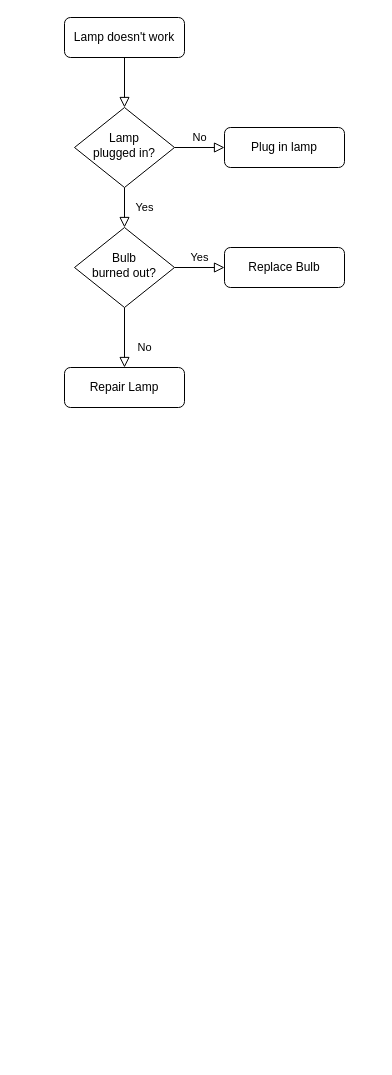
The draw.io diagram Untitled Diagram.drawio in dxdat1510/DemoThaoluan, before the edit. Source tidied: cells renumbered, new cells numbered last; positions are measured from the earlier drawing's top-left corner, leaving out a move shared by most shapes. Both pictures are drawn from the tidied source at 100%, with x=0, y=0 at pixel (64, 17).
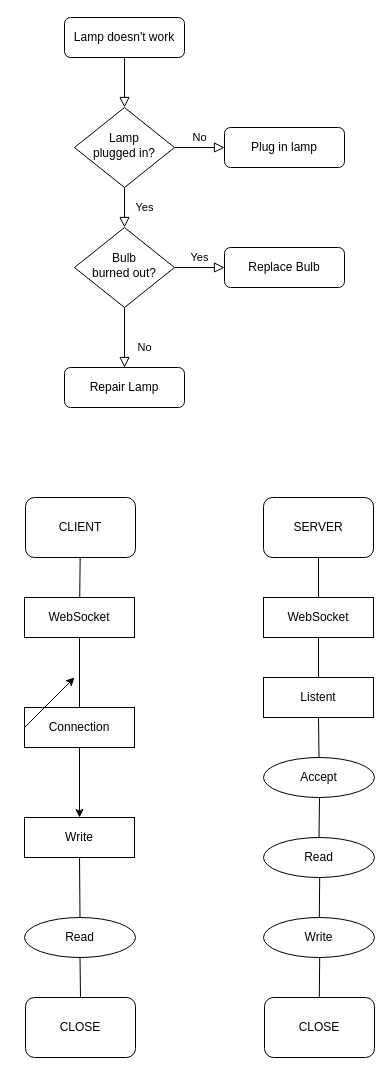
Above is the later version.

What changed in the source:
```diff
@@
+    <mxCell id="13" value="CLIENT" style="rounded=1;whiteSpace=wrap;html=1;" parent="1" vertex="1">
+      <mxGeometry x="-39" y="480" width="110" height="60" as="geometry" />
+    </mxCell>
+    <mxCell id="14" value="SERVER" style="rounded=1;whiteSpace=wrap;html=1;" parent="1" vertex="1">
+      <mxGeometry x="199" y="480" width="110" height="60" as="geometry" />
+    </mxCell>
+    <mxCell id="15" value="WebSocket" style="rounded=0;whiteSpace=wrap;html=1;" parent="1" vertex="1">
+      <mxGeometry x="-40" y="580" width="110" height="40" as="geometry" />
+    </mxCell>
+    <mxCell id="16" value="WebSocket" style="rounded=0;whiteSpace=wrap;html=1;" parent="1" vertex="1">
+      <mxGeometry x="199" y="580" width="110" height="40" as="geometry" />
+    </mxCell>
+    <mxCell id="17" value="Listent" style="rounded=0;whiteSpace=wrap;html=1;" parent="1" vertex="1">
+      <mxGeometry x="199" y="660" width="110" height="40" as="geometry" />
+    </mxCell>
+    <mxCell id="18" value="Connection" style="rounded=0;whiteSpace=wrap;html=1;" parent="1" vertex="1">
+      <mxGeometry x="-40" y="690" width="110" height="40" as="geometry" />
+    </mxCell>
+    <mxCell id="19" value="Accept" style="ellipse;whiteSpace=wrap;html=1;" parent="1" vertex="1">
+      <mxGeometry x="199" y="740" width="111" height="40" as="geometry" />
+    </mxCell>
+    <mxCell id="20" value="Write" style="rounded=0;whiteSpace=wrap;html=1;" parent="1" vertex="1">
+      <mxGeometry x="-40" y="800" width="110" height="40" as="geometry" />
+    </mxCell>
+    <mxCell id="21" value="Read" style="ellipse;whiteSpace=wrap;html=1;" parent="1" vertex="1">
+      <mxGeometry x="199" y="820" width="111" height="40" as="geometry" />
+    </mxCell>
+    <mxCell id="22" value="Write" style="ellipse;whiteSpace=wrap;html=1;" parent="1" vertex="1">
+      <mxGeometry x="199" y="900" width="111" height="40" as="geometry" />
+    </mxCell>
+    <mxCell id="23" value="Read" style="ellipse;whiteSpace=wrap;html=1;" parent="1" vertex="1">
+      <mxGeometry x="-40" y="900" width="111" height="40" as="geometry" />
+    </mxCell>
+    <mxCell id="24" value="CLOSE" style="rounded=1;whiteSpace=wrap;html=1;" parent="1" vertex="1">
+      <mxGeometry x="-39" y="980" width="110" height="60" as="geometry" />
+    </mxCell>
+    <mxCell id="25" value="CLOSE" style="rounded=1;whiteSpace=wrap;html=1;" parent="1" vertex="1">
+      <mxGeometry x="200" y="980" width="110" height="60" as="geometry" />
+    </mxCell>
+    <mxCell id="26" style="endArrow=none;html=1;" parent="1" edge="1" source="15" target="13">
+      <mxGeometry relative="1" as="geometry" />
+    </mxCell>
+    <mxCell id="27" style="endArrow=none;html=1;exitX=0.5;exitY=1;exitDx=0;exitDy=0;" parent="1" edge="1" source="15" target="18">
+      <mxGeometry relative="1" as="geometry" />
+    </mxCell>
+    <mxCell id="28" style="endArrow=classic;html=1;entryX=0.5;entryY=0;entryDx=0;entryDy=0;exitX=0.5;exitY=1;exitDx=0;exitDy=0;" parent="1" edge="1" source="18" target="20">
+      <mxGeometry relative="1" as="geometry" />
+    </mxCell>
+    <mxCell id="29" style="endArrow=none;html=1;entryX=0.5;entryY=1;entryDx=0;entryDy=0;exitX=0.5;exitY=0;exitDx=0;exitDy=0;" parent="1" edge="1" source="23" target="20">
+      <mxGeometry relative="1" as="geometry" />
+    </mxCell>
+    <mxCell id="30" style="endArrow=none;html=1;entryX=0.5;entryY=1;entryDx=0;entryDy=0;exitX=0.5;exitY=0;exitDx=0;exitDy=0;" parent="1" edge="1" source="24" target="23">
+      <mxGeometry relative="1" as="geometry" />
+    </mxCell>
+    <mxCell id="31" style="endArrow=none;html=1;entryX=0.5;entryY=1;entryDx=0;entryDy=0;exitX=0.5;exitY=0;exitDx=0;exitDy=0;" parent="1" edge="1" source="16" target="14">
+      <mxGeometry relative="1" as="geometry" />
+    </mxCell>
+    <mxCell id="32" style="endArrow=none;html=1;entryX=0.5;entryY=1;entryDx=0;entryDy=0;exitX=0.5;exitY=0;exitDx=0;exitDy=0;" parent="1" edge="1" source="17" target="16">
+      <mxGeometry relative="1" as="geometry" />
+    </mxCell>
+    <mxCell id="33" style="endArrow=none;html=1;entryX=0.5;entryY=1;entryDx=0;entryDy=0;exitX=0.5;exitY=0;exitDx=0;exitDy=0;" parent="1" edge="1" source="19" target="17">
+      <mxGeometry relative="1" as="geometry" />
+    </mxCell>
+    <mxCell id="34" style="endArrow=none;html=1;exitX=0.5;exitY=0;exitDx=0;exitDy=0;" parent="1" edge="1" source="21">
+      <mxGeometry relative="1" as="geometry">
+        <mxPoint x="255" y="780" as="targetPoint" />
+      </mxGeometry>
+    </mxCell>
+    <mxCell id="35" style="endArrow=none;html=1;exitX=0.5;exitY=0;exitDx=0;exitDy=0;" parent="1" edge="1">
+      <mxGeometry relative="1" as="geometry">
+        <mxPoint x="254.8" y="900" as="sourcePoint" />
+        <mxPoint x="255.2" y="860" as="targetPoint" />
+      </mxGeometry>
+    </mxCell>
+    <mxCell id="36" style="endArrow=none;html=1;exitX=0.5;exitY=0;exitDx=0;exitDy=0;" parent="1" edge="1">
+      <mxGeometry relative="1" as="geometry">
+        <mxPoint x="254.8" y="980" as="sourcePoint" />
+        <mxPoint x="255.2" y="940" as="targetPoint" />
+      </mxGeometry>
+    </mxCell>
+    <mxCell id="37" style="endArrow=classic;html=1;" parent="1" edge="1">
+      <mxGeometry relative="1" as="geometry">
+        <mxPoint x="-40" y="710" as="sourcePoint" />
+        <mxPoint x="10" y="660" as="targetPoint" />
+      </mxGeometry>
+    </mxCell>
```
